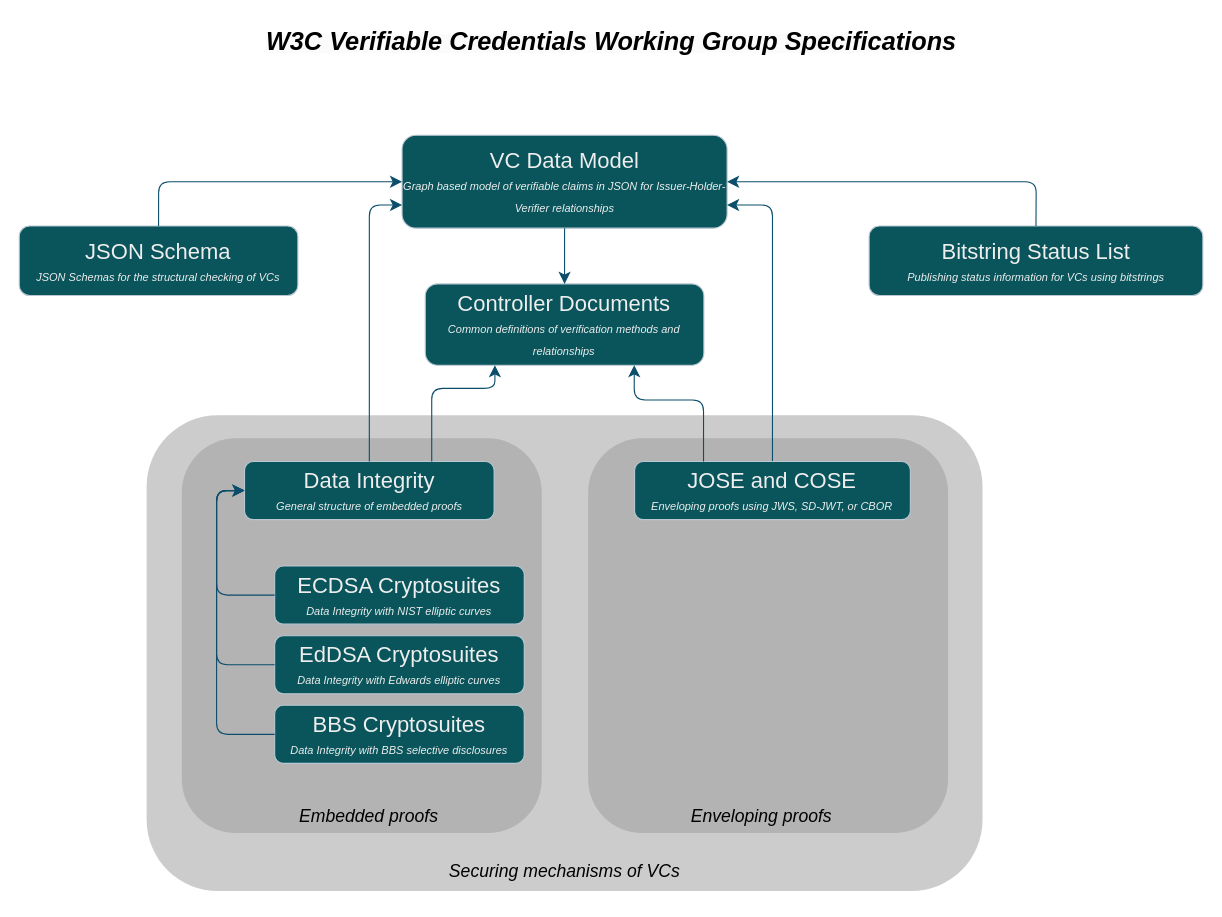
Before: assets/VCWG_specifications.drawio in w3c/verifiable-credentials, a draw.io diagram. Source tidied: cells renumbered, new cells numbered last; positions are measured from the earlier drawing's top-left corner, leaving out a move shared by most shapes. Both pictures are drawn from the tidied source at 110%, with x=0, y=0 at pixel (19, 19).
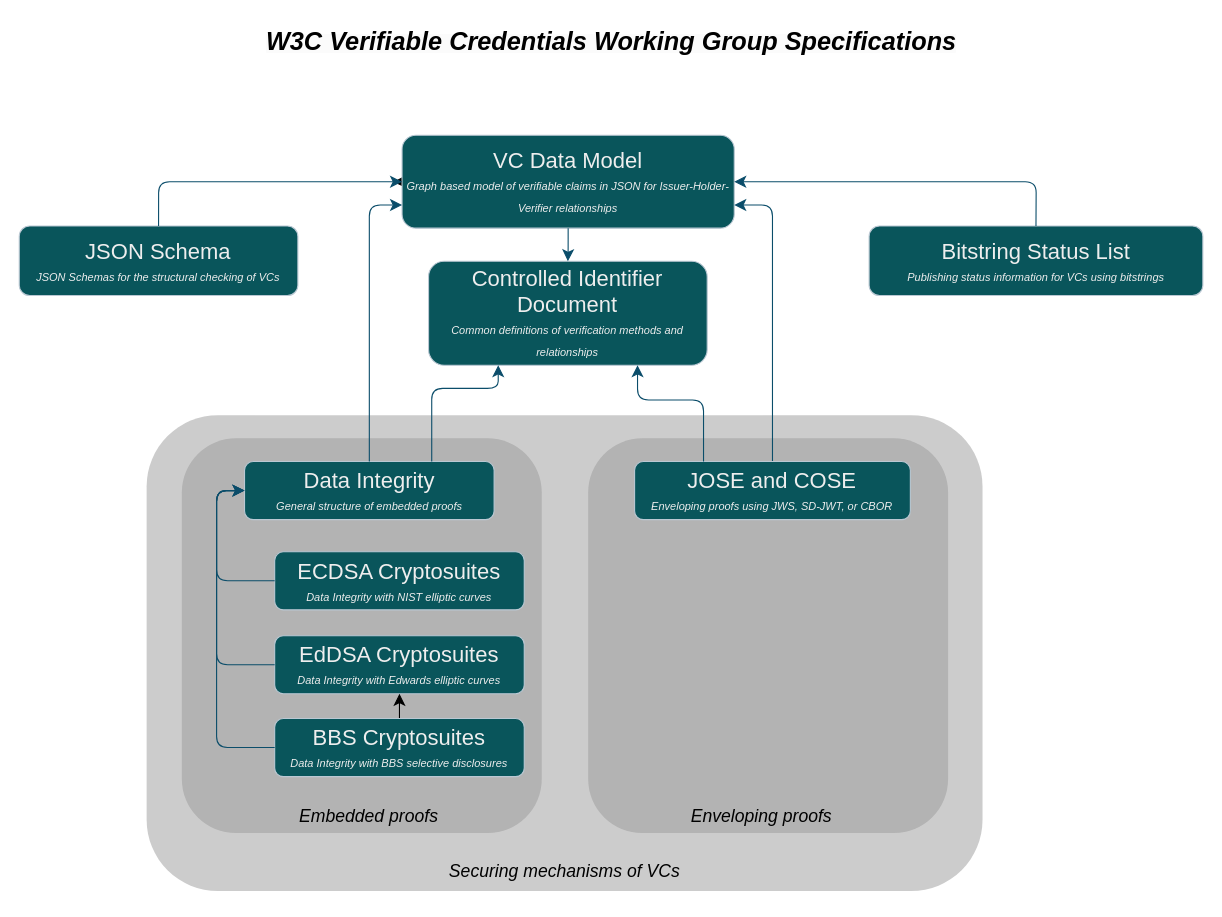
The same page after the edit.

Unchanged cells that the change refers to:
```xml
<mxCell id="14" value="&lt;span style=&quot;font-size: 20px;&quot;&gt;EdDSA Cryptosuites&lt;/span&gt;&lt;br&gt;&lt;font style=&quot;font-size: 10px;&quot;&gt;&lt;i&gt;Data Integrity with Edwards elliptic curves&lt;/i&gt;&lt;/font&gt;" style="rounded=1;whiteSpace=wrap;html=1;fontSize=16;labelBackgroundColor=none;fillColor=#09555B;strokeColor=#BAC8D3;fontColor=#EEEEEE;" parent="1" vertex="1">
  <mxGeometry x="232.2" y="560.4" width="226.9" height="52.8" as="geometry" />
</mxCell>
```

Diff of the diagram source:
```diff
@@
+    <mxCell id="28" style="edgeStyle=none;curved=1;rounded=0;jettySize=auto;html=1;exitX=0;exitY=0.5;exitDx=0;exitDy=0;fontSize=12;startSize=8;endSize=8;" parent="1" edge="1" source="5">
+      <mxGeometry relative="1" as="geometry">
+        <mxPoint x="340" y="148" as="targetPoint" />
+      </mxGeometry>
+    </mxCell>
     <mxCell id="5" value="&lt;font style=&quot;font-size: 20px;&quot;&gt;VC Data Model&lt;/font&gt;&lt;br&gt;&lt;font style=&quot;font-size: 10px;&quot;&gt;&lt;i&gt;Graph based model of verifiable claims in JSON for Issuer-Holder-Verifier relationships&lt;/i&gt;&lt;/font&gt;" style="rounded=1;whiteSpace=wrap;html=1;fontSize=16;labelBackgroundColor=none;fillColor=#09555B;strokeColor=#BAC8D3;fontColor=#EEEEEE;" parent="1" vertex="1">
-      <mxGeometry x="348" y="105.5" width="295.5" height="84.4" as="geometry" />
+      <mxGeometry x="348" y="105.5" width="302" height="84.4" as="geometry" />
     </mxCell>
@@
     <mxCell id="13" value="&lt;span style=&quot;font-size: 20px;&quot;&gt;ECDSA Cryptosuites&lt;/span&gt;&lt;br&gt;&lt;font style=&quot;font-size: 10px;&quot;&gt;&lt;i&gt;Data Integrity with NIST elliptic curves&lt;/i&gt;&lt;/font&gt;" style="rounded=1;whiteSpace=wrap;html=1;fontSize=16;labelBackgroundColor=none;fillColor=#09555B;strokeColor=#BAC8D3;fontColor=#EEEEEE;" parent="1" vertex="1">
-      <mxGeometry x="232.2" y="497.1" width="226.9" height="52.8" as="geometry" />
+      <mxGeometry x="232.2" y="484.1" width="226.9" height="52.8" as="geometry" />
     </mxCell>
@@
+    <mxCell id="29" style="edgeStyle=none;curved=1;rounded=0;jettySize=auto;html=1;exitX=0.5;exitY=0;exitDx=0;exitDy=0;entryX=0.5;entryY=1;entryDx=0;entryDy=0;fontSize=12;startSize=8;endSize=8;" parent="1" edge="1" source="15" target="14">
+      <mxGeometry relative="1" as="geometry" />
+    </mxCell>
     <mxCell id="15" value="&lt;span style=&quot;font-size: 20px;&quot;&gt;BBS Cryptosuites&lt;/span&gt;&lt;br&gt;&lt;font style=&quot;font-size: 10px;&quot;&gt;&lt;i&gt;Data Integrity with BBS selective disclosures&lt;/i&gt;&lt;/font&gt;" style="rounded=1;whiteSpace=wrap;html=1;fontSize=16;labelBackgroundColor=none;fillColor=#09555B;strokeColor=#BAC8D3;fontColor=#EEEEEE;" parent="1" vertex="1">
-      <mxGeometry x="232.2" y="623.7" width="226.9" height="52.8" as="geometry" />
+      <mxGeometry x="232.2" y="635.7" width="226.9" height="52.8" as="geometry" />
     </mxCell>
@@
-    <mxCell id="22" value="&lt;font style=&quot;&quot;&gt;&lt;span style=&quot;font-size: 20px;&quot;&gt;Controller Documents&lt;/span&gt;&lt;/font&gt;&lt;div&gt;&lt;font style=&quot;&quot;&gt;&lt;i style=&quot;font-size: 10px;&quot;&gt;Common definitions of verification methods and relationships&lt;/i&gt;&lt;br&gt;&lt;/font&gt;&lt;/div&gt;" style="rounded=1;whiteSpace=wrap;html=1;fontSize=16;labelBackgroundColor=none;fillColor=#09555B;strokeColor=#BAC8D3;fontColor=#EEEEEE;" parent="1" vertex="1">
-      <mxGeometry x="369.1" y="240.6" width="253.3" height="73.9" as="geometry" />
+    <mxCell id="22" value="&lt;font style=&quot;&quot;&gt;&lt;span style=&quot;font-size: 20px;&quot;&gt;Controlled Identifier Document&lt;/span&gt;&lt;/font&gt;&lt;div&gt;&lt;font style=&quot;&quot;&gt;&lt;i style=&quot;font-size: 10px;&quot;&gt;Common definitions of verification methods and relationships&lt;/i&gt;&lt;br&gt;&lt;/font&gt;&lt;/div&gt;" style="rounded=1;whiteSpace=wrap;html=1;fontSize=16;labelBackgroundColor=none;fillColor=#09555B;strokeColor=#BAC8D3;fontColor=#EEEEEE;" parent="1" vertex="1">
+      <mxGeometry x="372.1" y="220" width="253.3" height="94.5" as="geometry" />
     </mxCell>
```
